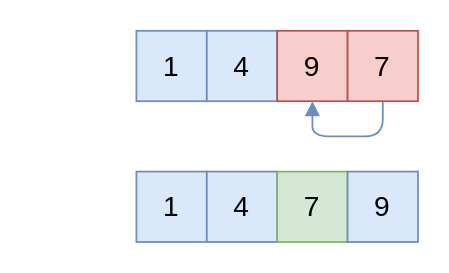
Above: src/array/sort/assets/gnome-sort-pass3.drawio in XuShaohua/TheAlgorithms (draw.io), before the change. Source tidied: cells renumbered, new cells numbered last; positions are measured from the earlier drawing's top-left corner, leaving out a move shared by most shapes. Both pictures are drawn from the tidied source at 176%, with x=0, y=0 at pixel (136, -322).
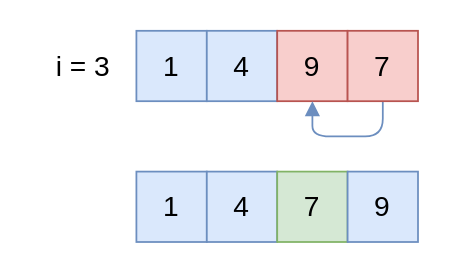
The same diagram, later.

Commit message (it also covers changes not shown here):
array: Update gnome sort charts

What changed in the source:
```diff
@@
 <mxGraphModel>
   <root>
     <mxCell id="0" />
     <mxCell id="1" parent="0" />
     <mxCell id="2" style="edgeStyle=orthogonalEdgeStyle;rounded=1;orthogonalLoop=1;jettySize=auto;html=1;shadow=0;strokeColor=#6c8ebf;strokeWidth=1;fontFamily=Ubuntu;fontSize=14;fontStyle=0;endArrow=block;endFill=1;fillColor=#dae8fc;entryX=0.5;entryY=1;entryDx=0;entryDy=0;exitX=0.5;exitY=1;exitDx=0;exitDy=0;startArrow=block;startFill=1;" parent="1" edge="1">
       <mxGeometry relative="1" as="geometry">
         <mxPoint x="60" y="40" as="targetPoint" />
       </mxGeometry>
     </mxCell>
     <mxCell id="3" style="edgeStyle=orthogonalEdgeStyle;rounded=1;orthogonalLoop=1;jettySize=auto;html=1;entryX=0.5;entryY=1;entryDx=0;entryDy=0;shadow=0;strokeColor=#6c8ebf;strokeWidth=1;fontFamily=Ubuntu;fontSize=14;fontStyle=0;endArrow=block;endFill=1;fillColor=#dae8fc;exitX=0.5;exitY=1;exitDx=0;exitDy=0;" parent="1" edge="1">
       <mxGeometry relative="1" as="geometry">
         <mxPoint x="20" as="targetPoint" />
       </mxGeometry>
     </mxCell>
     <mxCell id="4" style="edgeStyle=orthogonalEdgeStyle;rounded=1;orthogonalLoop=1;jettySize=auto;html=1;entryX=0.5;entryY=1;entryDx=0;entryDy=0;shadow=0;strokeColor=#6c8ebf;strokeWidth=1;fontFamily=Ubuntu;fontSize=14;fontStyle=0;endArrow=block;endFill=1;fillColor=#dae8fc;exitX=0.5;exitY=1;exitDx=0;exitDy=0;" parent="1" edge="1">
       <mxGeometry relative="1" as="geometry">
         <mxPoint x="20" y="160" as="targetPoint" />
       </mxGeometry>
     </mxCell>
     <mxCell id="5" value="1" style="rounded=0;whiteSpace=wrap;html=1;shadow=0;strokeColor=#6c8ebf;strokeWidth=1;fontFamily=Ubuntu;fontSize=16;fontStyle=0;fillColor=#dae8fc;" parent="1" vertex="1">
       <mxGeometry y="200" width="40" height="40" as="geometry" />
     </mxCell>
     <mxCell id="6" value="4" style="rounded=0;whiteSpace=wrap;html=1;shadow=0;strokeColor=#6c8ebf;strokeWidth=1;fontFamily=Ubuntu;fontSize=16;fontStyle=0;fillColor=#dae8fc;" parent="1" vertex="1">
       <mxGeometry x="40" y="200" width="40" height="40" as="geometry" />
     </mxCell>
     <mxCell id="7" value="9" style="rounded=0;whiteSpace=wrap;html=1;shadow=0;strokeColor=#b85450;strokeWidth=1;fontFamily=Ubuntu;fontSize=16;fontStyle=0;fillColor=#f8cecc;" parent="1" vertex="1">
       <mxGeometry x="80" y="200" width="40" height="40" as="geometry" />
     </mxCell>
     <mxCell id="8" style="edgeStyle=orthogonalEdgeStyle;rounded=1;jettySize=auto;html=1;entryX=0.5;entryY=1;entryDx=0;entryDy=0;shadow=0;strokeColor=#6c8ebf;strokeWidth=1;fontFamily=Ubuntu;fontSize=14;fontStyle=0;endArrow=block;endFill=1;fillColor=#dae8fc;exitX=0.5;exitY=1;exitDx=0;exitDy=0;" parent="1" edge="1" source="9" target="7">
       <mxGeometry relative="1" as="geometry" />
     </mxCell>
     <mxCell id="9" value="7" style="rounded=0;whiteSpace=wrap;html=1;shadow=0;strokeColor=#b85450;strokeWidth=1;fontFamily=Ubuntu;fontSize=16;fontStyle=0;fillColor=#f8cecc;" parent="1" vertex="1">
       <mxGeometry x="120" y="200" width="40" height="40" as="geometry" />
     </mxCell>
     <mxCell id="10" value="1" style="rounded=0;whiteSpace=wrap;html=1;shadow=0;strokeColor=#6c8ebf;strokeWidth=1;fontFamily=Ubuntu;fontSize=16;fontStyle=0;fillColor=#dae8fc;" parent="1" vertex="1">
       <mxGeometry y="280" width="40" height="40" as="geometry" />
     </mxCell>
     <mxCell id="11" value="4" style="rounded=0;whiteSpace=wrap;html=1;shadow=0;strokeColor=#6c8ebf;strokeWidth=1;fontFamily=Ubuntu;fontSize=16;fontStyle=0;fillColor=#dae8fc;" parent="1" vertex="1">
       <mxGeometry x="40" y="280" width="40" height="40" as="geometry" />
     </mxCell>
     <mxCell id="12" value="7" style="rounded=0;whiteSpace=wrap;html=1;shadow=0;strokeColor=#82b366;strokeWidth=1;fontFamily=Ubuntu;fontSize=16;fontStyle=0;fillColor=#d5e8d4;" parent="1" vertex="1">
       <mxGeometry x="80" y="280" width="40" height="40" as="geometry" />
     </mxCell>
     <mxCell id="13" value="9" style="rounded=0;whiteSpace=wrap;html=1;shadow=0;strokeColor=#6c8ebf;strokeWidth=1;fontFamily=Ubuntu;fontSize=16;fontStyle=0;fillColor=#dae8fc;" parent="1" vertex="1">
       <mxGeometry x="120" y="280" width="40" height="40" as="geometry" />
     </mxCell>
+    <mxCell id="14" value="i = 3" style="text;html=1;align=center;verticalAlign=middle;whiteSpace=wrap;rounded=0;fontFamily=Ubuntu;fontSize=16;fontStyle=0;" parent="1" vertex="1">
+      <mxGeometry x="-60" y="205" width="60" height="30" as="geometry" />
+    </mxCell>
   </root>
 </mxGraphModel>
```
